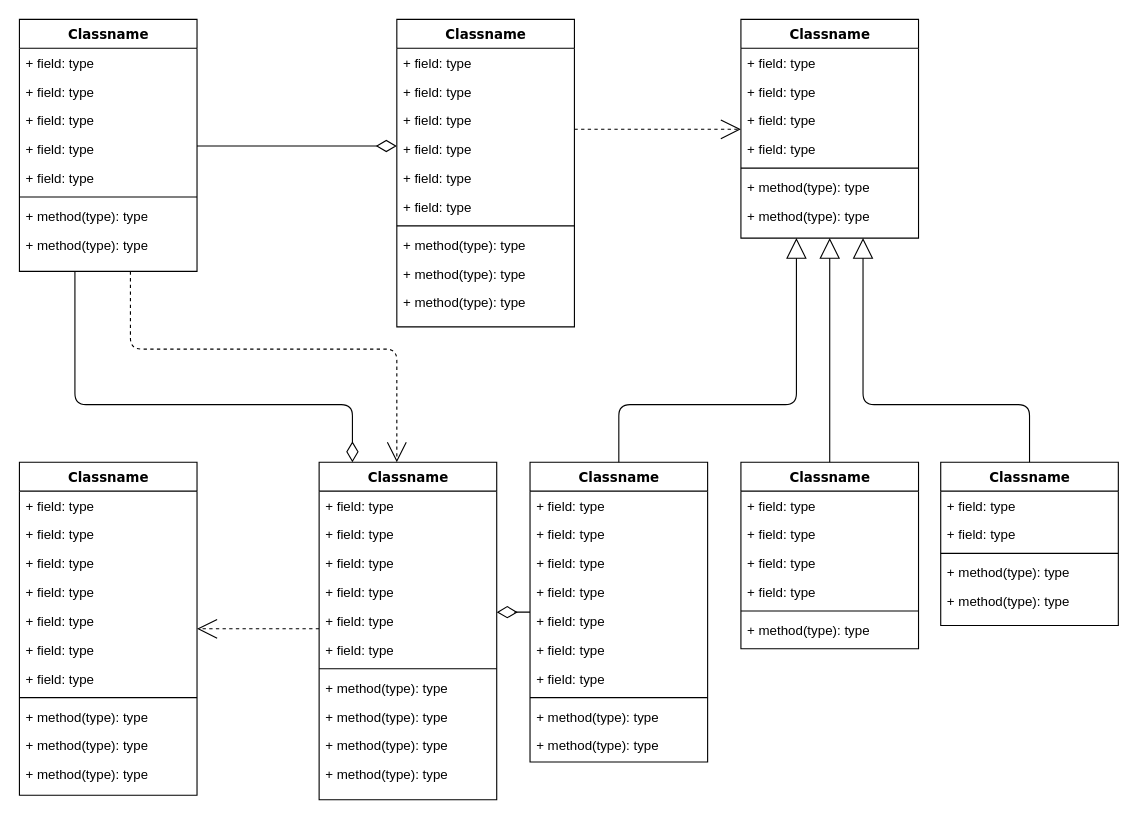
Earlier version of the draw.io diagram Диаграмма без названия.drawio (CloudHunterTHEreal/diagrams). Source tidied: cells renumbered, new cells numbered last; positions are measured from the earlier drawing's top-left corner, leaving out a move shared by most shapes. Both pictures are drawn from the tidied source at 111%, with x=0, y=0 at pixel (19, 19).
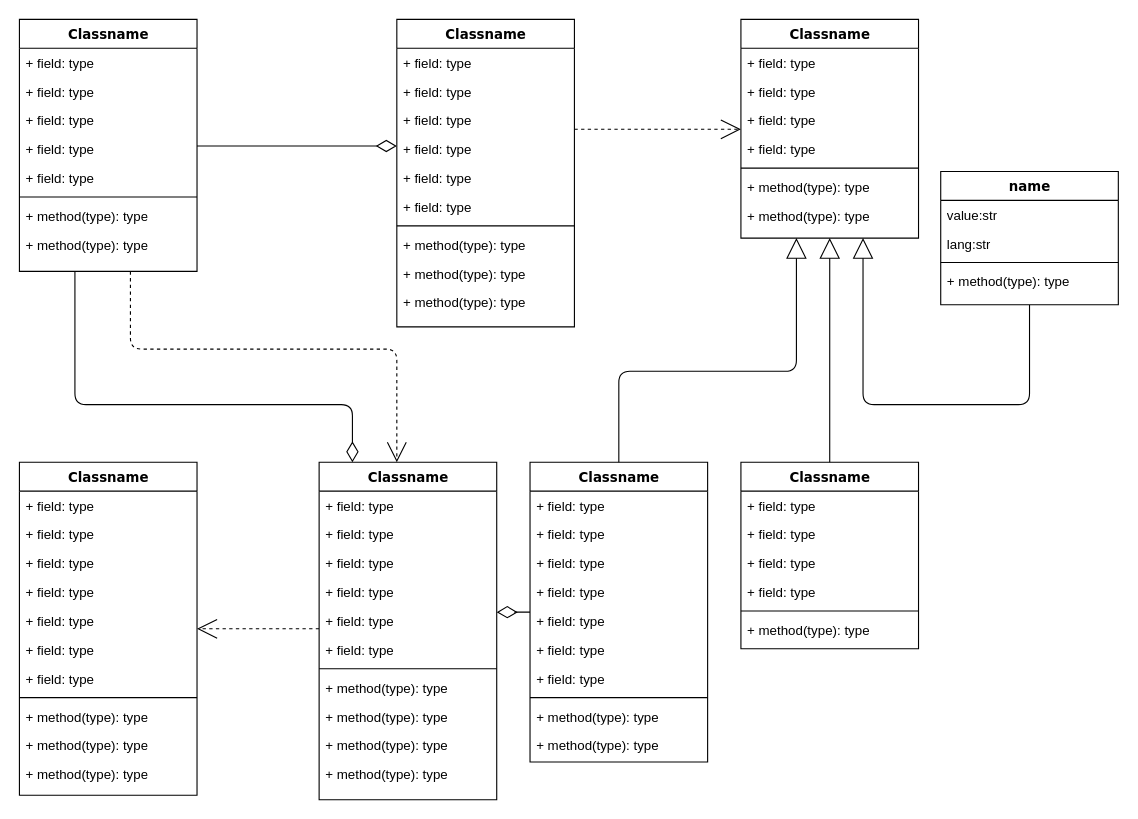
The same page after the edit.

The change refers to these unchanged cells:
```xml
<mxCell id="14" value="Classname" style="swimlane;html=1;fontStyle=1;align=center;verticalAlign=top;horizontal=1;startSize=26;swimlaneFillColor=#ffffff;rounded=0;shadow=0;comic=0;labelBackgroundColor=none;strokeWidth=1;fillColor=none;fontFamily=Verdana;fontSize=12;" parent="1" vertex="1">
  <mxGeometry x="340" width="160" height="277" as="geometry" />
</mxCell>
<mxCell id="25" value="Classname" style="swimlane;html=1;fontStyle=1;align=center;verticalAlign=top;horizontal=1;startSize=26;swimlaneFillColor=#ffffff;rounded=0;shadow=0;comic=0;labelBackgroundColor=none;strokeWidth=1;fillColor=none;fontFamily=Verdana;fontSize=12;" parent="1" vertex="1">
  <mxGeometry x="650" width="160" height="197" as="geometry" />
</mxCell>
<mxCell id="60" value="Classname" style="swimlane;html=1;fontStyle=1;align=center;verticalAlign=top;horizontal=1;startSize=26;swimlaneFillColor=#ffffff;rounded=0;shadow=0;comic=0;labelBackgroundColor=none;strokeWidth=1;fillColor=none;fontFamily=Verdana;fontSize=12;" parent="1" vertex="1">
  <mxGeometry x="460" y="399" width="160" height="270" as="geometry" />
</mxCell>
```

Change to the diagram source:
```diff
@@
+    <mxCell id="17" value="+ field: type" style="text;html=1;strokeColor=none;fillColor=none;align=left;verticalAlign=top;spacingLeft=4;spacingRight=4;whiteSpace=wrap;overflow=hidden;" parent="14" vertex="1">
+      <mxGeometry y="52" width="160" height="26" as="geometry" />
+    </mxCell>
     <mxCell id="16" value="+ field: type" style="text;html=1;strokeColor=none;fillColor=none;align=left;verticalAlign=top;spacingLeft=4;spacingRight=4;whiteSpace=wrap;overflow=hidden;" parent="14" vertex="1">
-      <mxGeometry y="52" width="160" height="26" as="geometry" />
+      <mxGeometry y="78" width="160" height="26" as="geometry" />
     </mxCell>
-    <mxCell id="17" value="+ field: type" style="text;html=1;strokeColor=none;fillColor=none;align=left;verticalAlign=top;spacingLeft=4;spacingRight=4;whiteSpace=wrap;overflow=hidden;" parent="14" vertex="1">
-      <mxGeometry y="78" width="160" height="26" as="geometry" />
-    </mxCell>
@@
     <mxCell id="59" style="edgeStyle=orthogonalEdgeStyle;html=1;labelBackgroundColor=none;startFill=0;startSize=8;endArrow=block;endFill=0;endSize=16;fontFamily=Verdana;fontSize=12;" parent="1" edge="1" source="60" target="25">
       <mxGeometry relative="1" as="geometry">
         <Array as="points">
-          <mxPoint x="540" y="347" />
-          <mxPoint x="700" y="347" />
+          <mxPoint x="540" y="317" />
+          <mxPoint x="700" y="317" />
         </Array>
       </mxGeometry>
     </mxCell>
@@
-    <mxCell id="80" value="Classname" style="swimlane;html=1;fontStyle=1;align=center;verticalAlign=top;horizontal=1;startSize=26;swimlaneFillColor=#ffffff;rounded=0;shadow=0;comic=0;labelBackgroundColor=none;strokeWidth=1;fillColor=none;fontFamily=Verdana;fontSize=12;" parent="1" vertex="1">
-      <mxGeometry x="830" y="399" width="160" height="147" as="geometry" />
+    <mxCell id="80" value="name" style="swimlane;html=1;fontStyle=1;align=center;verticalAlign=top;horizontal=1;startSize=26;swimlaneFillColor=#ffffff;rounded=0;shadow=0;comic=0;labelBackgroundColor=none;strokeWidth=1;fillColor=none;fontFamily=Verdana;fontSize=12;" parent="1" vertex="1">
+      <mxGeometry x="830" y="137" width="160" height="120" as="geometry" />
     </mxCell>
-    <mxCell id="81" value="+ field: type" style="text;html=1;strokeColor=none;fillColor=none;align=left;verticalAlign=top;spacingLeft=4;spacingRight=4;whiteSpace=wrap;overflow=hidden;" parent="80" vertex="1">
+    <mxCell id="81" value="value:str" style="text;html=1;strokeColor=none;fillColor=none;align=left;verticalAlign=top;spacingLeft=4;spacingRight=4;whiteSpace=wrap;overflow=hidden;" parent="80" vertex="1">
       <mxGeometry y="26" width="160" height="26" as="geometry" />
     </mxCell>
-    <mxCell id="82" value="+ field: type" style="text;html=1;strokeColor=none;fillColor=none;align=left;verticalAlign=top;spacingLeft=4;spacingRight=4;whiteSpace=wrap;overflow=hidden;" parent="80" vertex="1">
+    <mxCell id="82" value="lang:str" style="text;html=1;strokeColor=none;fillColor=none;align=left;verticalAlign=top;spacingLeft=4;spacingRight=4;whiteSpace=wrap;overflow=hidden;" parent="80" vertex="1">
       <mxGeometry y="52" width="160" height="26" as="geometry" />
     </mxCell>
@@
-    <mxCell id="84" value="+ method(type): type" style="text;html=1;strokeColor=none;fillColor=none;align=left;verticalAlign=top;spacingLeft=4;spacingRight=4;whiteSpace=wrap;overflow=hidden;" parent="80" vertex="1">
-      <mxGeometry y="86" width="160" height="26" as="geometry" />
-    </mxCell>
     <mxCell id="85" value="+ method(type): type" style="text;html=1;strokeColor=none;fillColor=none;align=left;verticalAlign=top;spacingLeft=4;spacingRight=4;whiteSpace=wrap;overflow=hidden;" parent="80" vertex="1">
-      <mxGeometry y="112" width="160" height="26" as="geometry" />
+      <mxGeometry y="86" width="160" height="26" as="geometry" />
     </mxCell>
```
